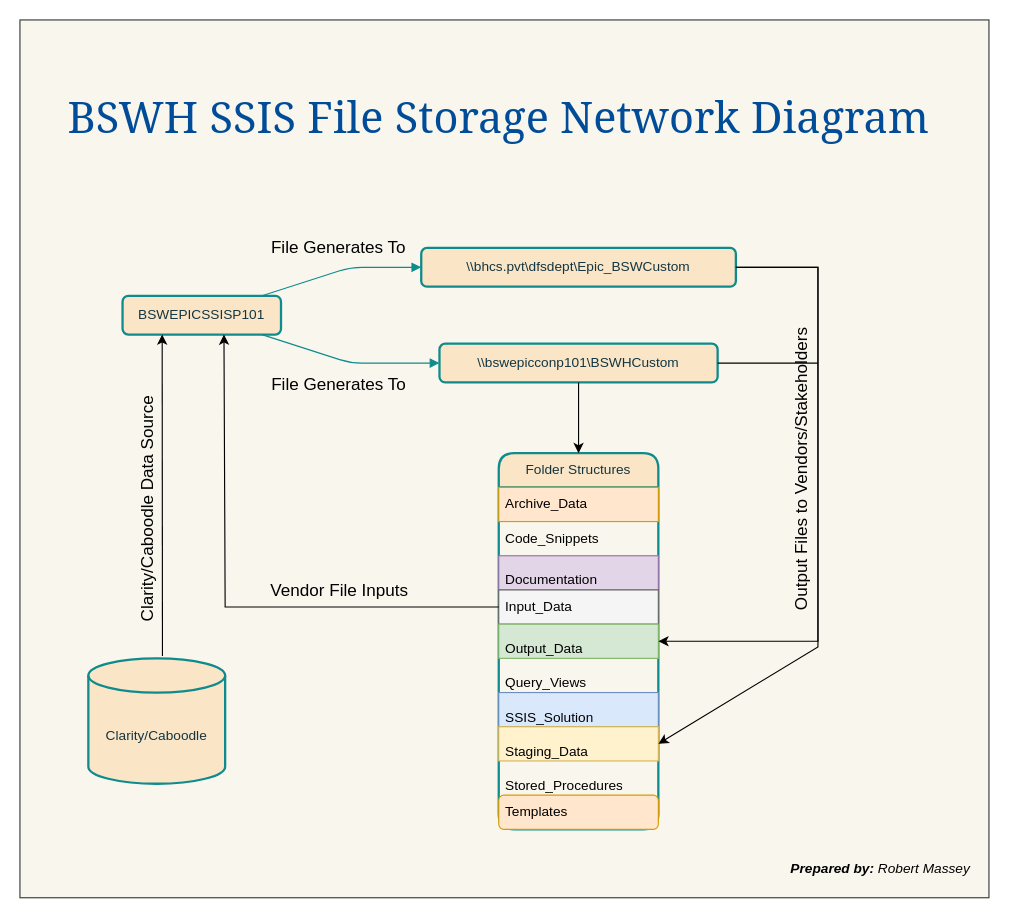
MasseyConsultants/Robert-Massey-Bytewise-consultants-LLC keeps this draw.io diagram as page "SSIS File Storage Network Diagram" (4 of 4) of Copy of BSWH SSIS Operational Run Diagrams.drawio. Above is the earlier version. Source tidied: cells renumbered, new cells numbered last; positions are measured from the earlier drawing's top-left corner, leaving out a move shared by most shapes. Both pictures are drawn from the tidied source at 114%, with x=0, y=0 at pixel (19, 19).
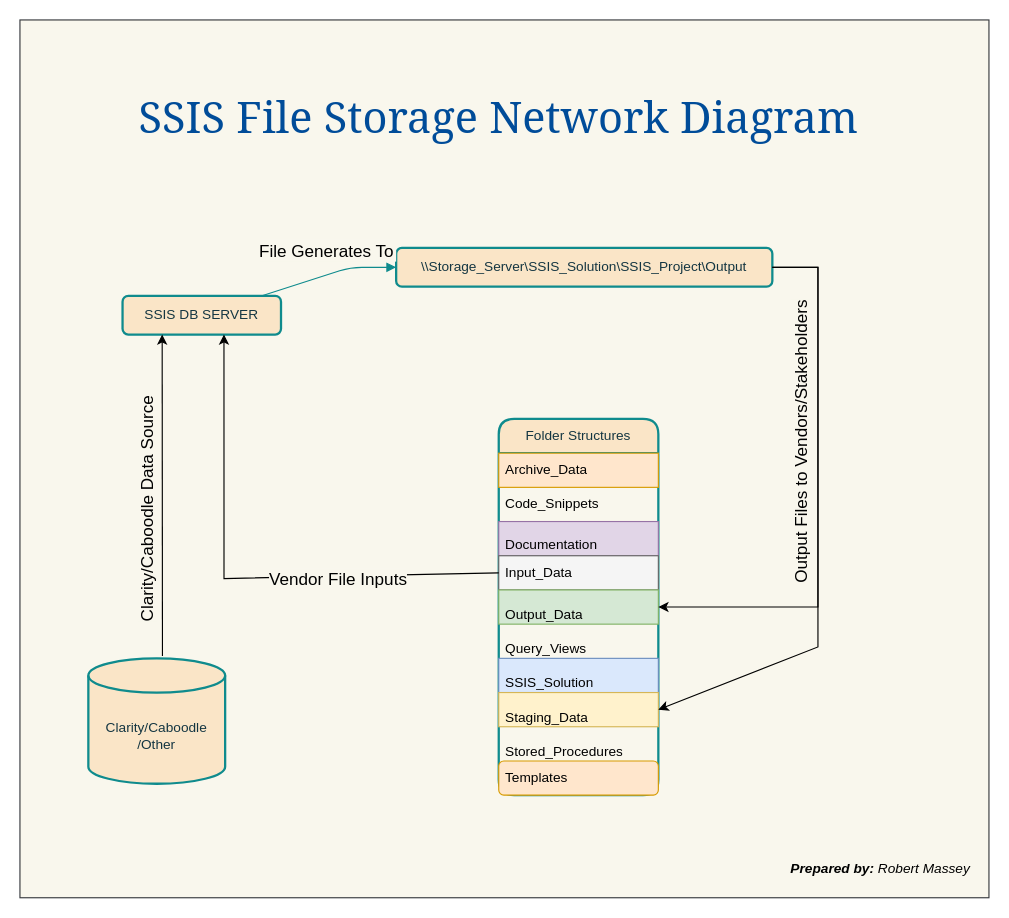
The same page after the edit.

Commit message (it also covers changes not shown here):
Update SSIS Operational Run Diagrams.drawio

Unchanged cells that the change refers to:
```xml
<mxCell id="13" value="&lt;span style=&quot;color: rgb(0, 0, 0);&quot;&gt;Input_Data&lt;/span&gt;" style="text;strokeColor=#666666;fillColor=#f5f5f5;align=left;verticalAlign=middle;spacingLeft=4;spacingRight=4;overflow=hidden;points=[[0,0.5],[1,0.5]];portConstraint=eastwest;whiteSpace=wrap;html=1;fontFamily=Helvetica;fontSize=12;fontColor=#333333;labelBackgroundColor=none;" parent="9" vertex="1">
  <mxGeometry y="120" width="140" height="30" as="geometry" />
</mxCell>
<mxCell id="14" value="&lt;p style=&quot;color: rgb(0, 0, 0);&quot;&gt;Output_Data&lt;/p&gt;" style="text;strokeColor=#82b366;fillColor=#d5e8d4;align=left;verticalAlign=middle;spacingLeft=4;spacingRight=4;overflow=hidden;points=[[0,0.5],[1,0.5]];portConstraint=eastwest;whiteSpace=wrap;html=1;fontFamily=Helvetica;fontSize=12;labelBackgroundColor=none;" parent="9" vertex="1">
  <mxGeometry y="150" width="140" height="30" as="geometry" />
</mxCell>
<mxCell id="22" style="endArrow=classic;html=1;rounded=0;entryX=1;entryY=0.5;entryDx=0;entryDy=0;exitX=1;exitY=0.5;exitDx=0;exitDy=0;" parent="1" edge="1" source="4" target="17">
  <mxGeometry relative="1" as="geometry">
    <Array as="points">
      <mxPoint x="700" y="217" />
      <mxPoint x="700" y="550" />
    </Array>
  </mxGeometry>
</mxCell>
```

What changed in the source:
```diff
@@
-    <mxCell id="3" value="BSWEPICSSISP101" style="whiteSpace=wrap;strokeWidth=2;rounded=1;strokeColor=#0F8B8D;align=center;verticalAlign=middle;fontFamily=Helvetica;fontSize=12;fontColor=#143642;labelBackgroundColor=none;fillColor=#FAE5C7;" parent="1" vertex="1">
+    <mxCell id="3" value="SSIS DB SERVER" style="whiteSpace=wrap;strokeWidth=2;rounded=1;strokeColor=#0F8B8D;align=center;verticalAlign=middle;fontFamily=Helvetica;fontSize=12;fontColor=#143642;labelBackgroundColor=none;fillColor=#FAE5C7;" parent="1" vertex="1">
       <mxGeometry x="90" y="242" width="139" height="34" as="geometry" />
     </mxCell>
-    <mxCell id="4" value="\\bhcs.pvt\dfsdept\Epic_BSWCustom" style="whiteSpace=wrap;strokeWidth=2;rounded=1;strokeColor=#0F8B8D;align=center;verticalAlign=middle;fontFamily=Helvetica;fontSize=12;fontColor=#143642;labelBackgroundColor=none;fillColor=#FAE5C7;" parent="1" vertex="1">
-      <mxGeometry x="352" y="200" width="276" height="34" as="geometry" />
+    <mxCell id="4" value="\\Storage_Server\SSIS_Solution\SSIS_Project\Output" style="whiteSpace=wrap;strokeWidth=2;rounded=1;strokeColor=#0F8B8D;align=center;verticalAlign=middle;fontFamily=Helvetica;fontSize=12;fontColor=#143642;labelBackgroundColor=none;fillColor=#FAE5C7;" parent="1" vertex="1">
+      <mxGeometry x="330" y="200" width="330" height="34" as="geometry" />
     </mxCell>
-    <mxCell id="5" value="\\bswepicconp101\BSWHCustom" style="whiteSpace=wrap;strokeWidth=2;rounded=1;strokeColor=#0F8B8D;align=center;verticalAlign=middle;fontFamily=Helvetica;fontSize=12;fontColor=#143642;labelBackgroundColor=none;fillColor=#FAE5C7;" parent="1" vertex="1">
-      <mxGeometry x="368" y="284" width="244" height="34" as="geometry" />
-    </mxCell>
@@
-    <mxCell id="7" value="File Generates To" style="startArrow=none;endArrow=block;exitX=0.88;exitY=1;entryX=0;entryY=0.5;rounded=1;strokeColor=#0F8B8D;align=center;verticalAlign=bottom;fontFamily=Helvetica;fontSize=15;fontColor=default;labelBackgroundColor=#F9F7ED;fillColor=none;spacingRight=0;spacingTop=0;fontStyle=0;labelBorderColor=none;gradientColor=none;" parent="1" edge="1" source="3" target="5">
-      <mxGeometry x="0.01" y="-31" relative="1" as="geometry">
-        <Array as="points">
-          <mxPoint x="290" y="301" />
-        </Array>
-      </mxGeometry>
-    </mxCell>
-    <mxCell id="8" value="BSWH SSIS File Storage Network Diagram" style="text;html=1;align=center;verticalAlign=middle;whiteSpace=wrap;rounded=0;fontFamily=Georgia;fontSize=38;fontColor=#004C99;labelBackgroundColor=none;" parent="1" vertex="1">
+    <mxCell id="8" value="SSIS File Storage Network Diagram" style="text;html=1;align=center;verticalAlign=middle;whiteSpace=wrap;rounded=0;fontFamily=Georgia;fontSize=38;fontColor=#004C99;labelBackgroundColor=none;" parent="1" vertex="1">
       <mxGeometry x="20" y="70" width="800" height="30" as="geometry" />
     </mxCell>
     <mxCell id="9" value="Folder Structures" style="swimlane;fontStyle=0;horizontal=1;startSize=30;whiteSpace=wrap;html=1;rounded=1;strokeColor=#0F8B8D;strokeWidth=2;align=center;verticalAlign=middle;fontFamily=Helvetica;fontSize=12;fontColor=#143642;labelBackgroundColor=none;fillColor=#FAE5C7;" parent="1" vertex="1">
-      <mxGeometry x="420" y="380" width="140" height="330" as="geometry" />
+      <mxGeometry x="420" y="350" width="140" height="330" as="geometry" />
     </mxCell>
@@
     <mxCell id="20" style="endArrow=classic;html=1;rounded=0;exitX=1;exitY=0.5;exitDx=0;exitDy=0;entryX=1;entryY=0.5;entryDx=0;entryDy=0;" parent="1" edge="1" source="4" target="14">
       <mxGeometry relative="1" as="geometry">
         <Array as="points">
           <mxPoint x="700" y="217" />
-          <mxPoint x="700" y="545" />
+          <mxPoint x="700" y="515" />
         </Array>
       </mxGeometry>
     </mxCell>
-    <mxCell id="21" style="endArrow=classic;html=1;rounded=0;exitX=0.5;exitY=1;exitDx=0;exitDy=0;entryX=0.5;entryY=0;entryDx=0;entryDy=0;" parent="1" edge="1" source="5" target="9">
-      <mxGeometry relative="1" as="geometry" />
-    </mxCell>
@@
     <mxCell id="23" value="Output Files to Vendors/Stakeholders" style="edgeLabel;html=1;align=center;verticalAlign=bottom;horizontal=0;spacingRight=0;spacingTop=0;fontFamily=Helvetica;fontSize=15;fontColor=default;fontStyle=0;labelBorderColor=none;labelBackgroundColor=#F9F7ED;fillColor=none;gradientColor=none;" parent="22" vertex="1">
       <mxGeometry x="-0.06" y="2" relative="1" as="geometry">
-        <mxPoint x="-7" y="-17" as="offset" />
+        <mxPoint x="-7" y="-52" as="offset" />
       </mxGeometry>
     </mxCell>
-    <mxCell id="24" style="endArrow=none;html=1;rounded=0;exitX=1;exitY=0.5;exitDx=0;exitDy=0;" parent="1" edge="1" source="5">
-      <mxGeometry relative="1" as="geometry">
-        <mxPoint x="700" y="301" as="targetPoint" />
-      </mxGeometry>
-    </mxCell>
     <mxCell id="25" style="endArrow=classic;html=1;rounded=0;exitX=0;exitY=0.5;exitDx=0;exitDy=0;entryX=0.64;entryY=1;entryDx=0;entryDy=0;entryPerimeter=0;" parent="1" edge="1" source="13" target="3">
       <mxGeometry relative="1" as="geometry">
         <Array as="points">
-          <mxPoint x="180" y="515" />
+          <mxPoint x="179" y="490" />
         </Array>
       </mxGeometry>
     </mxCell>
@@
-    <mxCell id="27" value="Clarity/Caboodle" style="shape=cylinder3;whiteSpace=wrap;html=1;boundedLbl=1;backgroundOutline=1;size=15;rounded=1;strokeColor=#0F8B8D;strokeWidth=2;align=center;verticalAlign=middle;fontFamily=Helvetica;fontSize=12;fontColor=#143642;labelBackgroundColor=none;fillColor=#FAE5C7;" parent="1" vertex="1">
+    <mxCell id="27" value="Clarity/Caboodle&lt;br&gt;/Other" style="shape=cylinder3;whiteSpace=wrap;html=1;boundedLbl=1;backgroundOutline=1;size=15;rounded=1;strokeColor=#0F8B8D;strokeWidth=2;align=center;verticalAlign=middle;fontFamily=Helvetica;fontSize=12;fontColor=#143642;labelBackgroundColor=none;fillColor=#FAE5C7;" parent="1" vertex="1">
       <mxGeometry x="60" y="560" width="120" height="110" as="geometry" />
     </mxCell>
```
